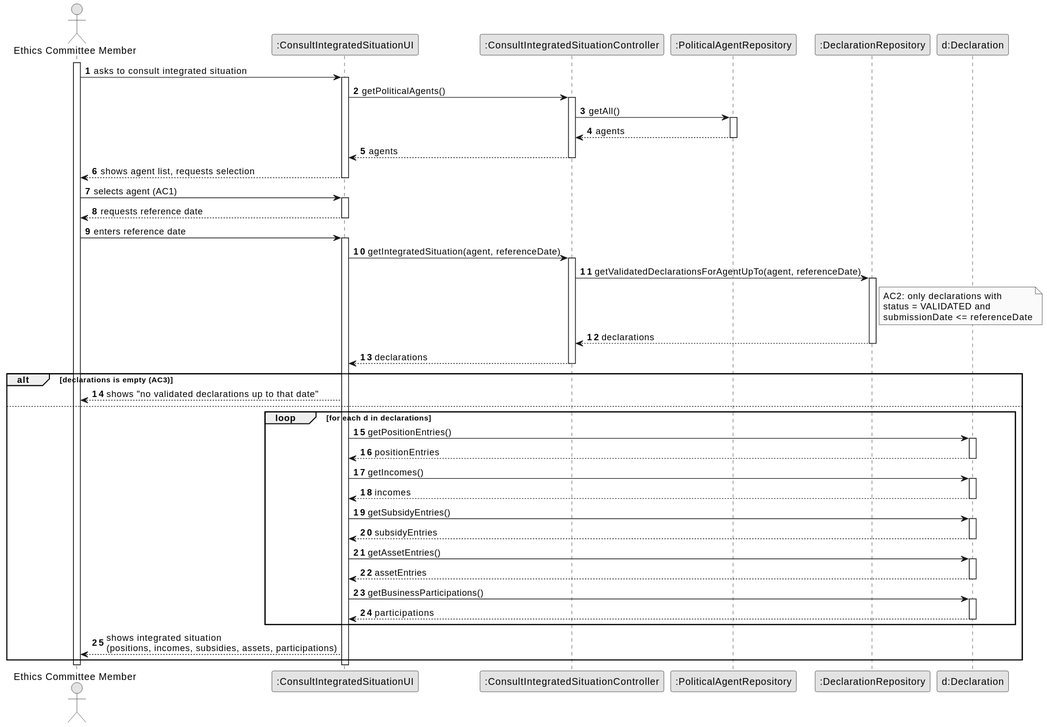
This is docs/system-documentation/US09/03.design/svg/US09-SD-full.svg from brunodspinto/crystal-clear-platform, a PlantUML export, as it was before one commit.
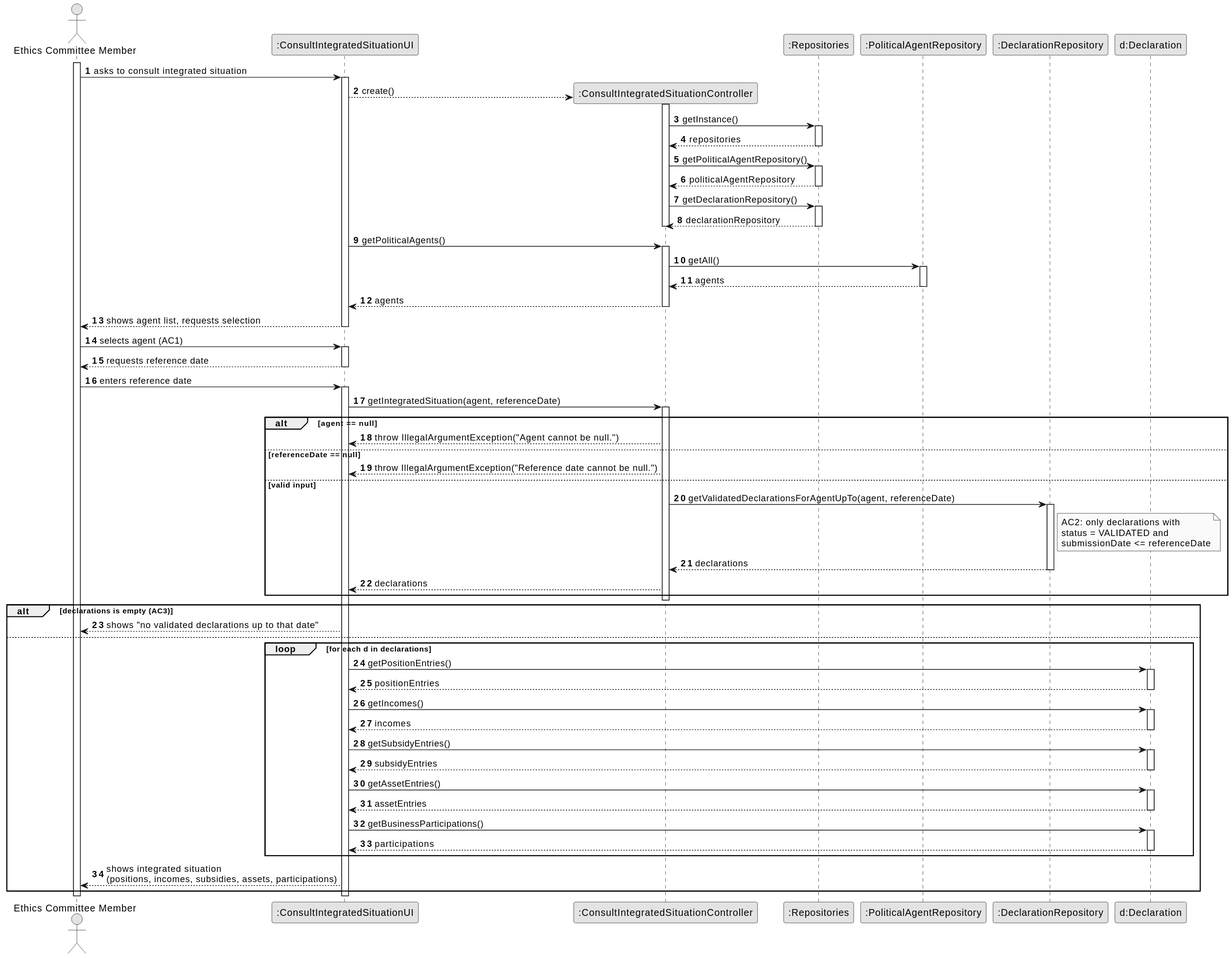
After the change.

Diff of the diagram source:
```diff
@@ -8,6 +8,7 @@
 actor "Ethics Committee Member" as ECM
 participant ":ConsultIntegratedSituationUI" as UI
 participant ":ConsultIntegratedSituationController" as CTRL
+participant ":Repositories" as REPOS
 participant ":PoliticalAgentRepository" as PAR
 participant ":DeclarationRepository" as DR
 participant "d:Declaration" as DEC
@@ -16,6 +17,24 @@
 
     ECM -> UI : asks to consult integrated situation
     activate UI
+
+        UI --> CTRL** : create()
+        activate CTRL
+            CTRL -> REPOS : getInstance()
+            activate REPOS
+                REPOS --> CTRL : repositories
+            deactivate REPOS
+
+            CTRL -> REPOS : getPoliticalAgentRepository()
+            activate REPOS
+                REPOS --> CTRL : politicalAgentRepository
+            deactivate REPOS
+
+            CTRL -> REPOS : getDeclarationRepository()
+            activate REPOS
+                REPOS --> CTRL : declarationRepository
+            deactivate REPOS
+        deactivate CTRL
 
         UI -> CTRL : getPoliticalAgents()
         activate CTRL
@@ -43,19 +62,25 @@
         UI -> CTRL : getIntegratedSituation(agent, referenceDate)
         activate CTRL
 
-            CTRL -> DR : getValidatedDeclarationsForAgentUpTo(agent, referenceDate)
-            activate DR
+            alt agent == null
+                CTRL --> UI : throw IllegalArgumentException("Agent cannot be null.")
+            else referenceDate == null
+                CTRL --> UI : throw IllegalArgumentException("Reference date cannot be null.")
+            else valid input
+                CTRL -> DR : getValidatedDeclarationsForAgentUpTo(agent, referenceDate)
+                activate DR
 
-                note right of DR
-                    AC2: only declarations with
-                    status = VALIDATED and
-                    submissionDate <= referenceDate
-                end note
+                    note right of DR
+                        AC2: only declarations with
+                        status = VALIDATED and
+                        submissionDate <= referenceDate
+                    end note
 
-                DR --> CTRL : declarations
-            deactivate DR
+                    DR --> CTRL : declarations
+                deactivate DR
 
-            CTRL --> UI : declarations
+                CTRL --> UI : declarations
+            end
         deactivate CTRL
 
         alt declarations is empty (AC3)
```
